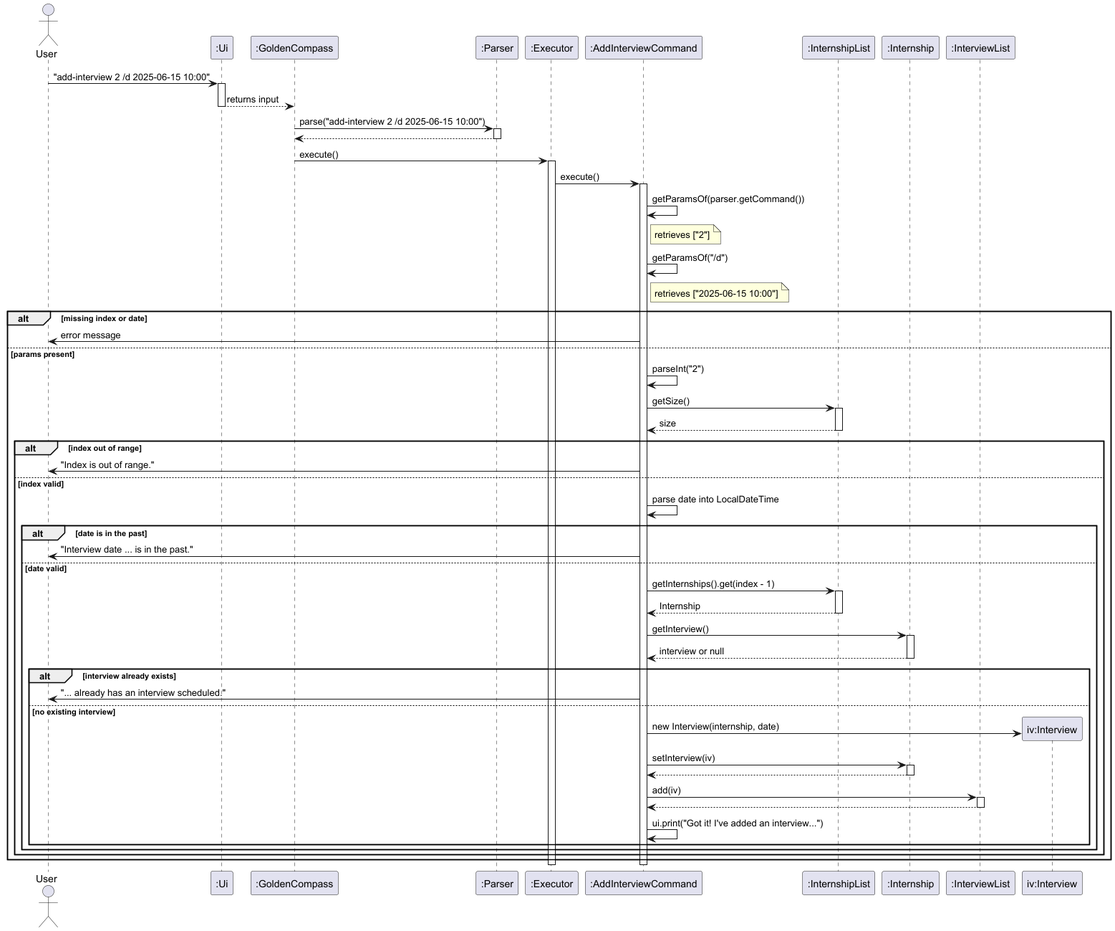
AY2526S2-CS2113-W10-4/tp keeps this PlantUML diagram as docs/diagrams/AddInterviewSequenceDiagram.png. Above is the earlier version.
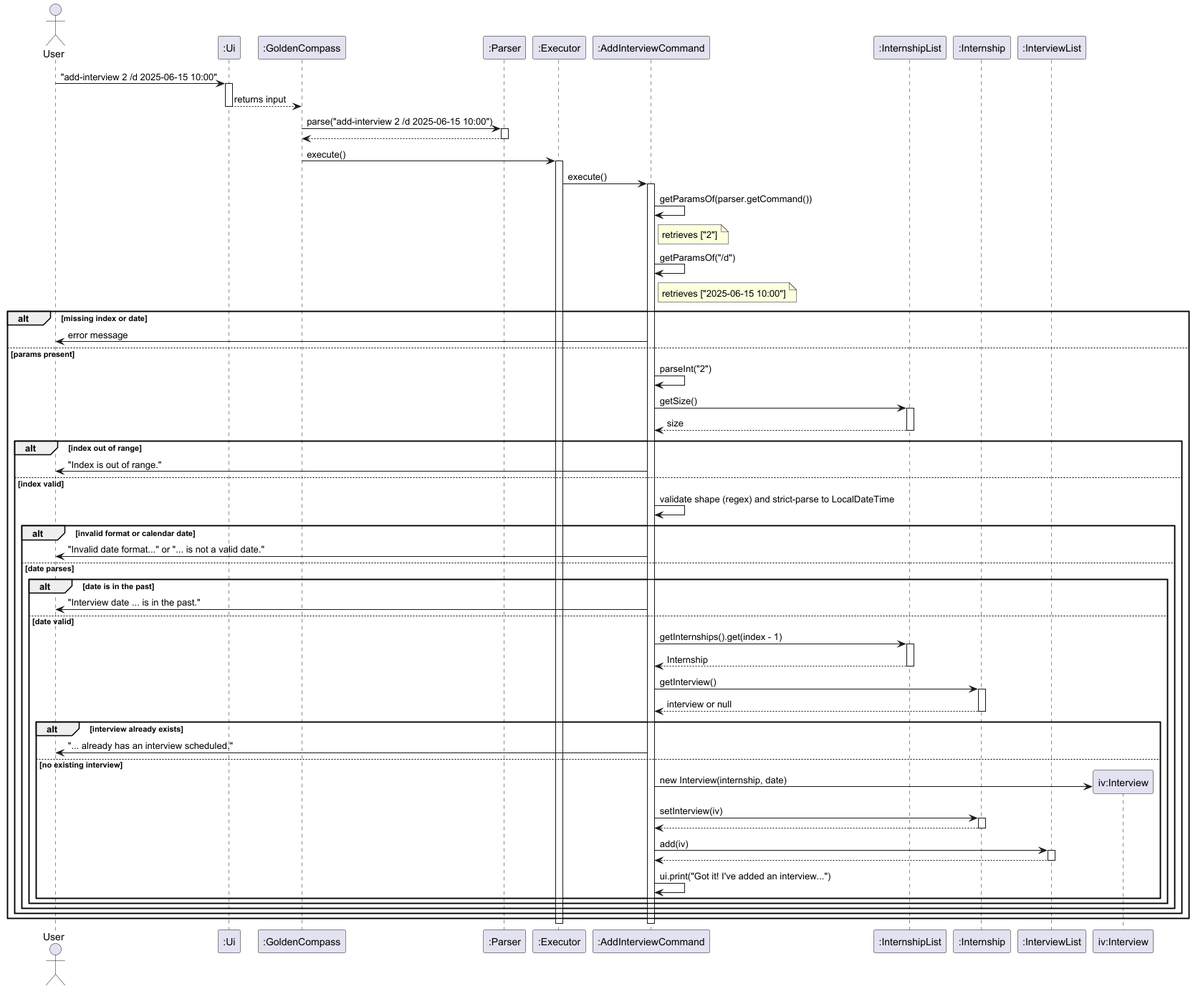
Above is the later version.

The edit, as a diff of the source:
```diff
@@ -42,12 +42,15 @@
     alt index out of range
         AIC -> User : "Index is out of range."
     else index valid
-        AIC -> AIC : parse date into LocalDateTime
+        AIC -> AIC : validate shape (regex) and strict-parse to LocalDateTime
 
-        alt date is in the past
-            AIC -> User : "Interview date ... is in the past."
-        else date valid
-            AIC -> IL : getInternships().get(index - 1)
+        alt invalid format or calendar date
+            AIC -> User : "Invalid date format..." or "... is not a valid date."
+        else date parses
+            alt date is in the past
+                AIC -> User : "Interview date ... is in the past."
+            else date valid
+                AIC -> IL : getInternships().get(index - 1)
             activate IL
             IL --> AIC : Internship
             deactivate IL
@@ -77,6 +80,7 @@
             end
         end
     end
+    end
 end
 
 deactivate AIC
```
